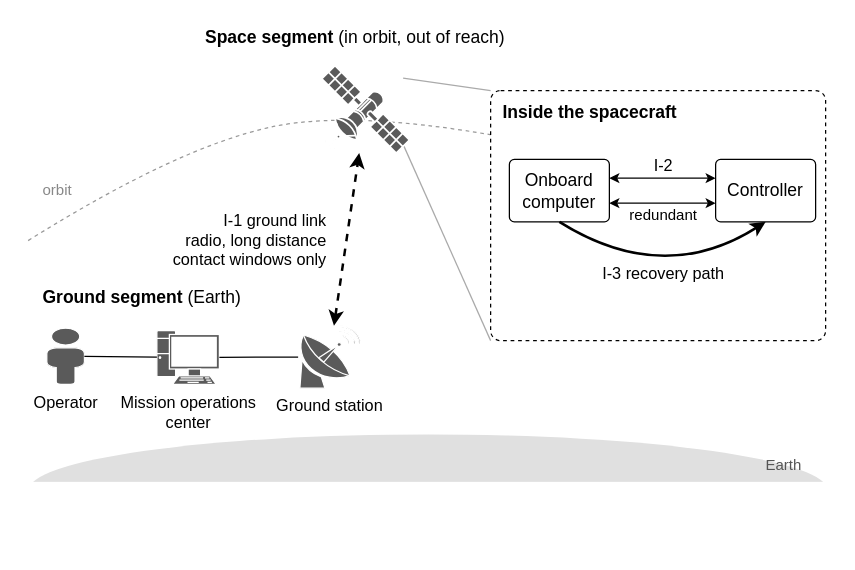
Above: docs/conops/fig-segments.drawio in Tocki28/fail-safe-in-orbit-reprogramming (draw.io), before the change. Source tidied: cells renumbered, new cells numbered last; positions are measured from the earlier drawing's top-left corner, leaving out a move shared by most shapes. Both pictures are drawn from the tidied source at 125%, with x=0, y=0 at pixel (21, 21).
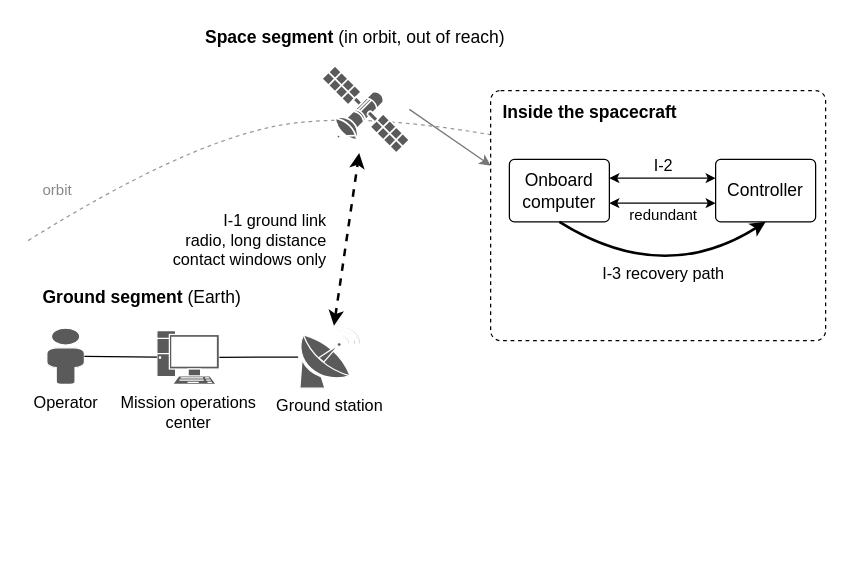
Above is the later version.

Commit message (it also covers changes not shown here):
Figure 1: drop the Earth arc; one arrow to the spacecraft interior

Unchanged cells that the change refers to:
```xml
<mxCell id="10" style="shape=mxgraph.networks.satellite;html=1;fillColor=#5A5A5A;strokeColor=#FFFFFF;outlineConnect=0;" parent="1" vertex="1">
  <mxGeometry x="240" y="35" width="70" height="70" as="geometry" />
</mxCell>
<mxCell id="11" value="&lt;b&gt;Inside the spacecraft&lt;/b&gt;" style="rounded=1;arcSize=4;dashed=1;whiteSpace=wrap;html=1;fillColor=#FFFFFF;verticalAlign=top;align=left;spacingLeft=8;spacingTop=2;fontSize=14;" parent="1" vertex="1">
  <mxGeometry x="375" y="55" width="268" height="200" as="geometry" />
</mxCell>
```

What changed in the source:
```diff
@@
-    <mxCell id="2" style="ellipse;whiteSpace=wrap;html=1;fillColor=#E0E0E0;strokeColor=none;" parent="1" vertex="1">
-      <mxGeometry x="5" y="330" width="640" height="90" as="geometry" />
-    </mxCell>
-    <mxCell id="3" style="rounded=0;whiteSpace=wrap;html=1;fillColor=#FFFFFF;strokeColor=none;" parent="1" vertex="1">
-      <mxGeometry y="368" width="650" height="54" as="geometry" />
-    </mxCell>
-    <mxCell id="4" value="Earth" style="text;html=1;align=right;verticalAlign=middle;fontSize=12;fontColor=#555555;" parent="1" vertex="1">
-      <mxGeometry x="545" y="345" width="80" height="20" as="geometry" />
-    </mxCell>
@@
-    <mxCell id="7" style="endArrow=none;html=1;strokeColor=#AAAAAA;" parent="1" edge="1">
-      <mxGeometry relative="1" as="geometry">
-        <mxPoint x="305" y="45" as="sourcePoint" />
-        <mxPoint x="375" y="55" as="targetPoint" />
-      </mxGeometry>
-    </mxCell>
-    <mxCell id="8" style="endArrow=none;html=1;strokeColor=#AAAAAA;" parent="1" edge="1">
-      <mxGeometry relative="1" as="geometry">
-        <mxPoint x="305" y="98" as="sourcePoint" />
-        <mxPoint x="375" y="255" as="targetPoint" />
-      </mxGeometry>
-    </mxCell>
@@
+    <mxCell id="26" style="endArrow=classic;html=1;strokeColor=#777777;exitX=1;exitY=0.5;exitDx=0;exitDy=0;entryX=0;entryY=0.3;entryDx=0;entryDy=0;endSize=6;" parent="1" edge="1" source="10" target="11">
+      <mxGeometry relative="1" as="geometry" />
+    </mxCell>
```
